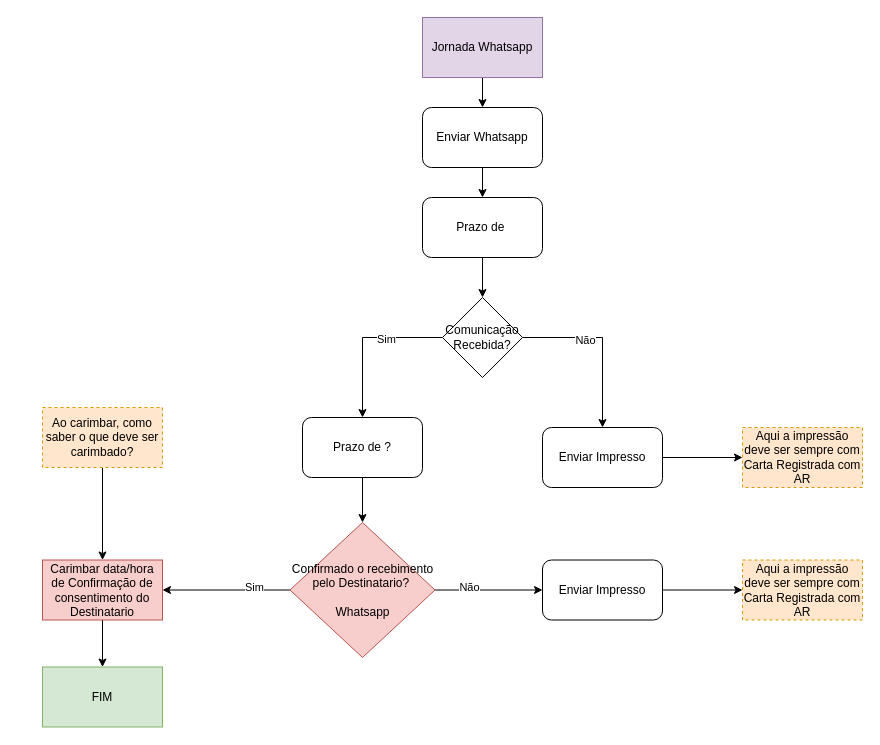
Earlier version of the draw.io diagram page "Desenho Jornada Whatsapp" (5 of 6) of Diagrama Carimbo.drawio (caio-bueno/draws-valid). Source tidied: cells renumbered, new cells numbered last; positions are measured from the earlier drawing's top-left corner, leaving out a move shared by most shapes. Both pictures are drawn from the tidied source at 100%, with x=0, y=0 at pixel (42, 17).
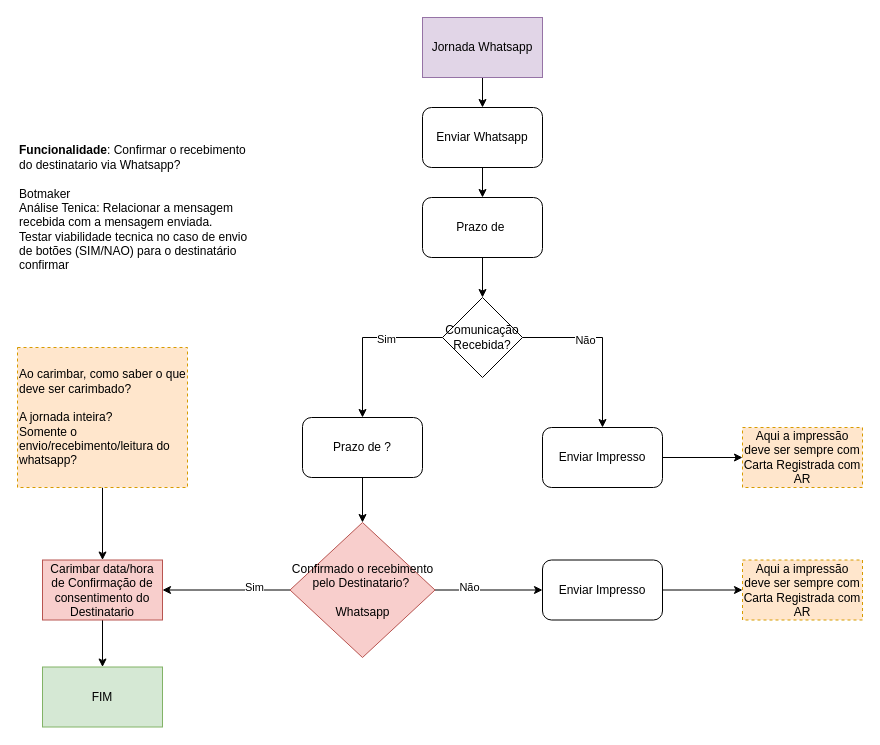
The same page after the edit.

Diff of the diagram source:
```diff
@@
-    <mxCell id="30" value="Ao carimbar, como saber o que deve ser carimbado?" style="rounded=0;whiteSpace=wrap;html=1;fillColor=#ffe6cc;strokeColor=#d79b00;dashed=1;" parent="1" vertex="1">
-      <mxGeometry y="390" width="120" height="60" as="geometry" />
+    <mxCell id="30" value="Ao carimbar, como saber o que deve ser carimbado?&lt;div&gt;&lt;br&gt;&lt;/div&gt;&lt;div&gt;A jornada inteira?&lt;/div&gt;&lt;div&gt;Somente o envio/recebimento/leitura do whatsapp?&lt;/div&gt;" style="rounded=0;whiteSpace=wrap;html=1;fillColor=#ffe6cc;strokeColor=#d79b00;dashed=1;align=left;" parent="1" vertex="1">
+      <mxGeometry x="-25" y="330" width="170" height="140" as="geometry" />
     </mxCell>
+    <mxCell id="31" value="&lt;b&gt;Funcionalidade&lt;/b&gt;: Confirmar o recebimento do destinatario via Whatsapp?&lt;div&gt;&lt;br&gt;&lt;/div&gt;&lt;div&gt;Botmaker&lt;/div&gt;&lt;div&gt;Análise Tenica: Relacionar a mensagem recebida com a mensagem enviada.&amp;nbsp;&lt;/div&gt;&lt;div&gt;Testar viabilidade tecnica no caso de envio de botões (SIM/NAO) para o destinatário confirmar&lt;/div&gt;&lt;div&gt;&lt;br&gt;&lt;/div&gt;&lt;div&gt;&lt;br&gt;&lt;/div&gt;" style="text;html=1;align=left;verticalAlign=middle;whiteSpace=wrap;rounded=0;" parent="1" vertex="1">
+      <mxGeometry x="-25" y="130" width="240" height="150" as="geometry" />
+    </mxCell>
```
